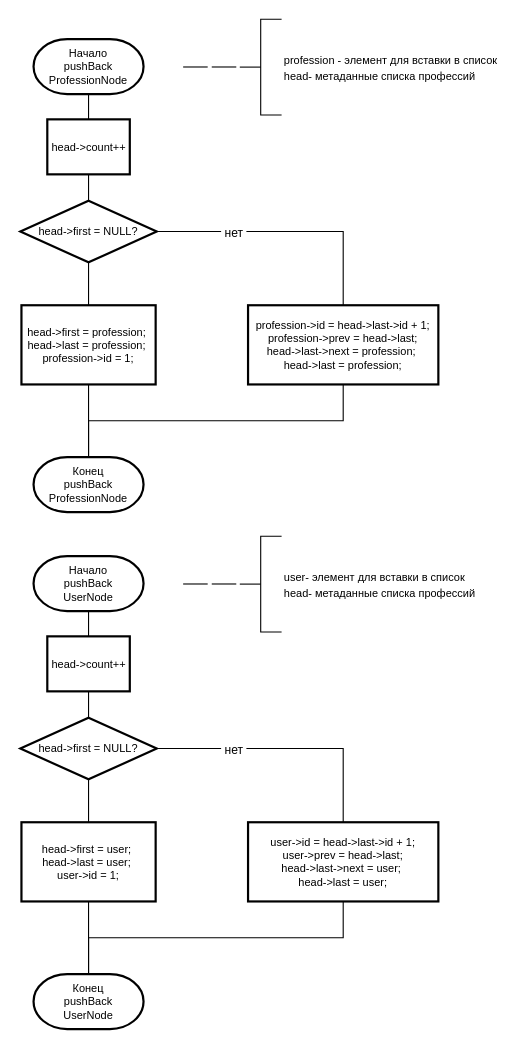
Earlier version of the draw.io diagram page "pushBack" (8 of 29) of course_work_2/3311sharpinskiy-course_work.drawio (Pyc-Nya/leti-programming-1-course). Source tidied: cells renumbered, new cells numbered last; positions are measured from the earlier drawing's top-left corner, leaving out a move shared by most shapes. Both pictures are drawn from the tidied source at 110%, with x=0, y=0 at pixel (20, 19).
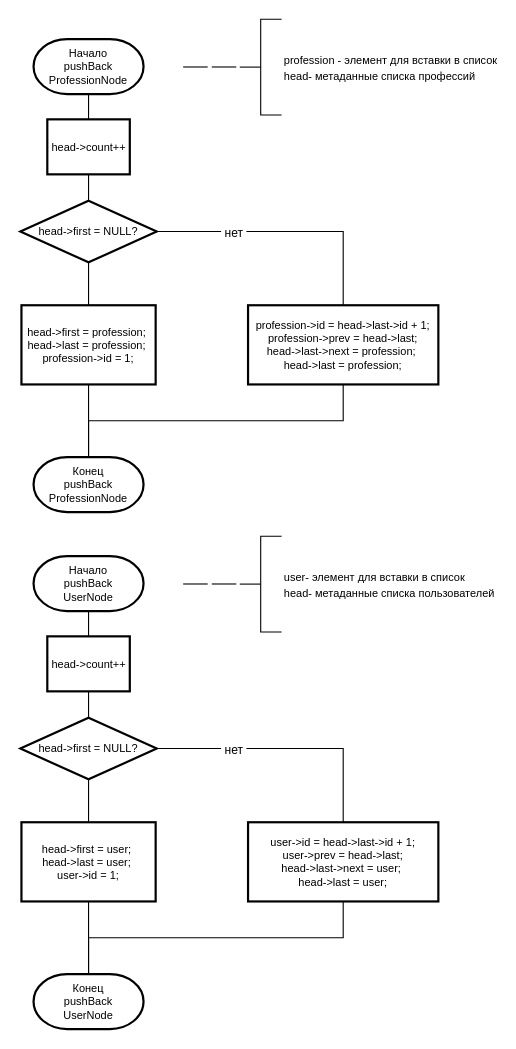
The same page after the edit.

What changed in the source:
```diff
@@
-    <mxCell id="22" value="&lt;font style=&quot;font-size: 10px;&quot;&gt;user- элемент для вставки в список&lt;br&gt;head- метаданные списка профессий&lt;/font&gt;" style="strokeWidth=1;html=1;shape=mxgraph.flowchart.annotation_2;align=left;labelPosition=right;" parent="1" vertex="1">
+    <mxCell id="22" value="&lt;font style=&quot;font-size: 10px;&quot;&gt;user- элемент для вставки в список&lt;br&gt;head- метаданные списка пользователей&lt;/font&gt;" style="strokeWidth=1;html=1;shape=mxgraph.flowchart.annotation_2;align=left;labelPosition=right;" parent="1" vertex="1">
       <mxGeometry x="199.5" y="470" width="38" height="87" as="geometry" />
     </mxCell>
```
